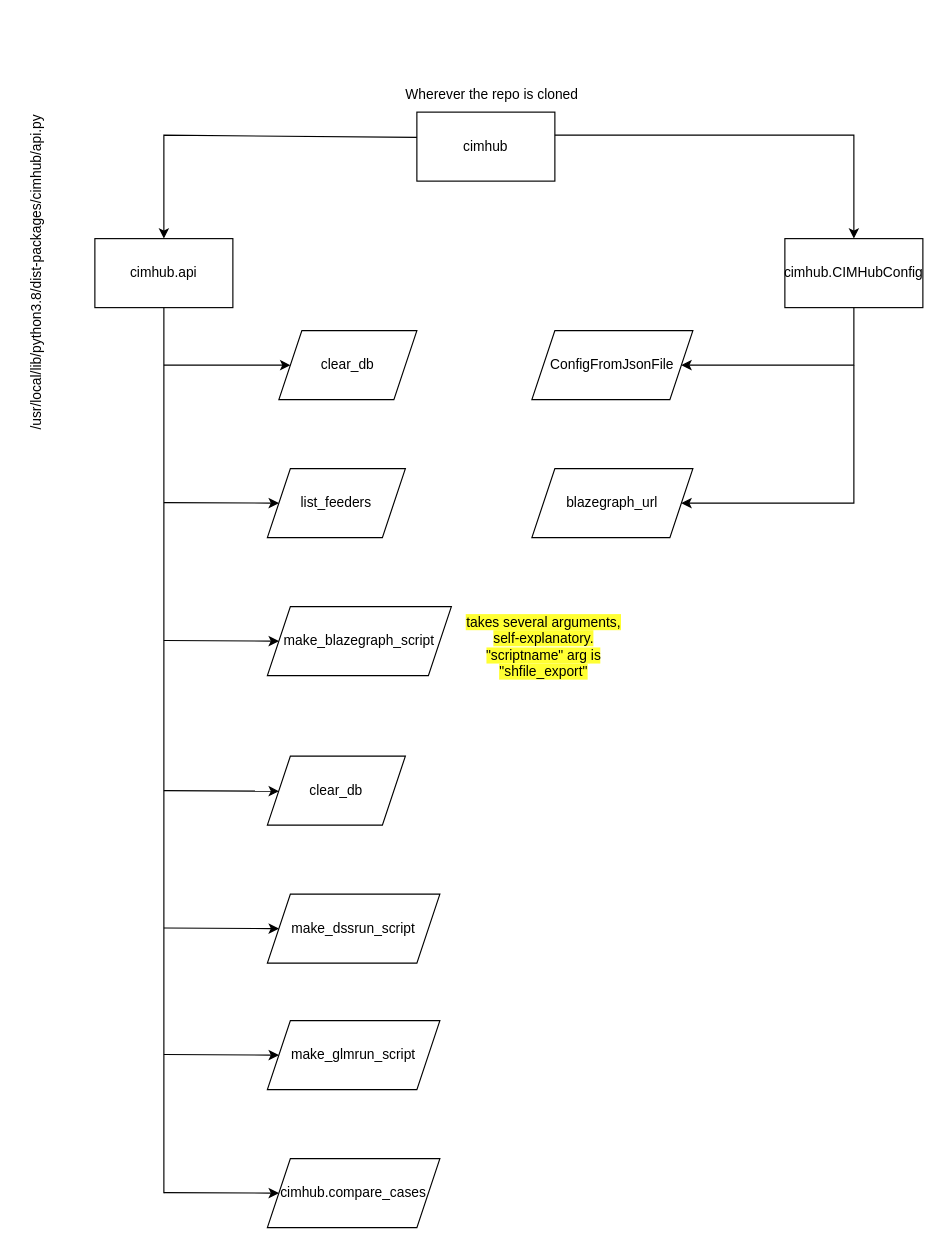
Above: cimhub_tree.drawio in MidrarAdham/draw_API (draw.io), before the change. Source tidied: cells renumbered, new cells numbered last; positions are measured from the earlier drawing's top-left corner, leaving out a move shared by most shapes. Both pictures are drawn from the tidied source at 115%, with x=0, y=0 at pixel (-136, 77).
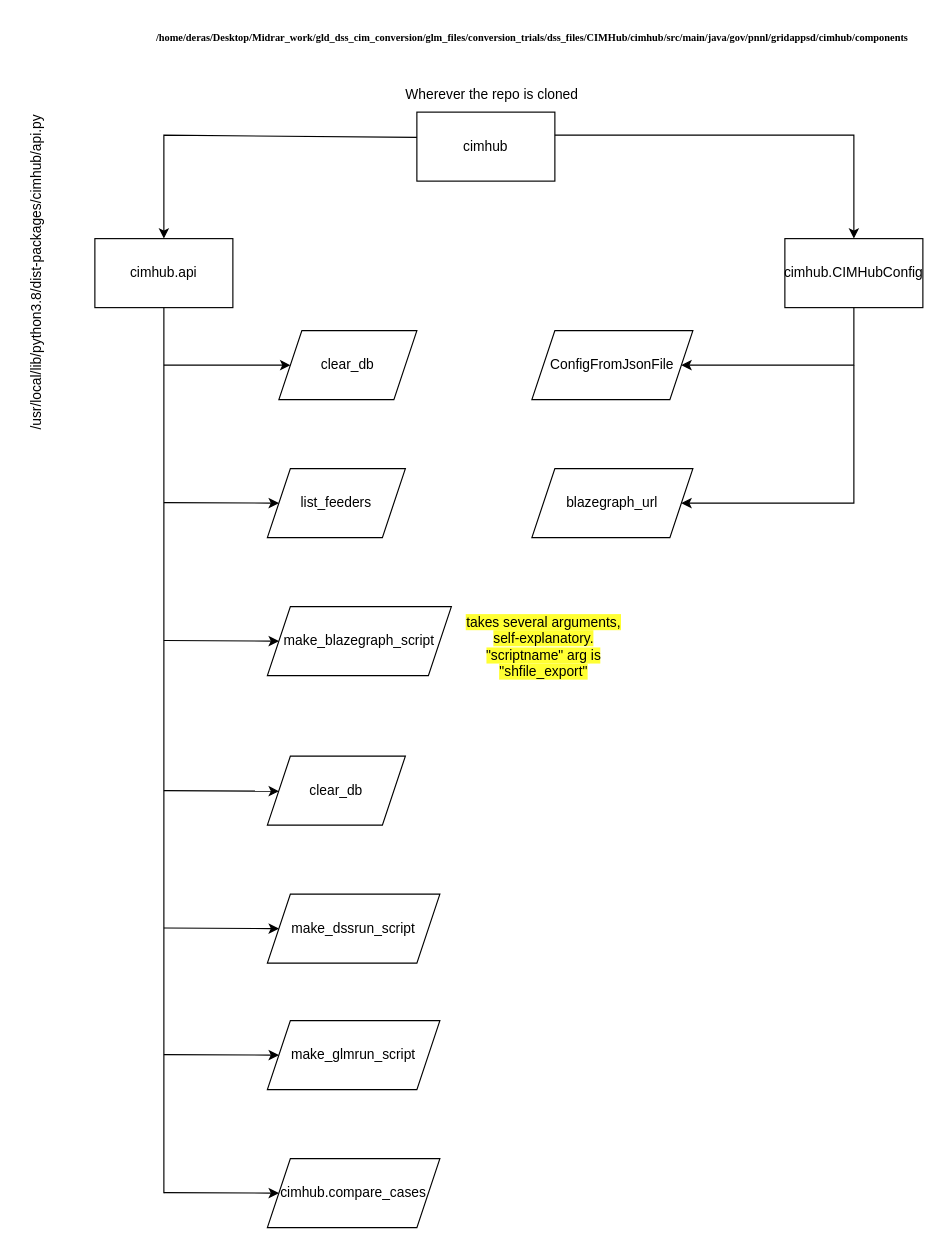
The same diagram, later.

Commit message:
updated the cimhub tree file

Diff of the diagram source:
```diff
@@
+    <mxCell id="29" value="&lt;font face=&quot;Times New Roman&quot;&gt;&lt;b&gt;&lt;font style=&quot;font-size: 9px;&quot;&gt;/home/deras/Desktop/Midrar_work/gld_dss_cim_conversion/glm_files/conversion_trials/dss_files/CIMHub/cimhub/src/main/java/gov/pnnl/gridappsd/cimhub/components&lt;/font&gt;&lt;/b&gt;&lt;/font&gt;" style="text;html=1;align=center;verticalAlign=middle;strokeColor=none;fillColor=none;" parent="1" vertex="1">
+      <mxGeometry x="240" y="-50" width="680" height="30" as="geometry" />
+    </mxCell>
```
